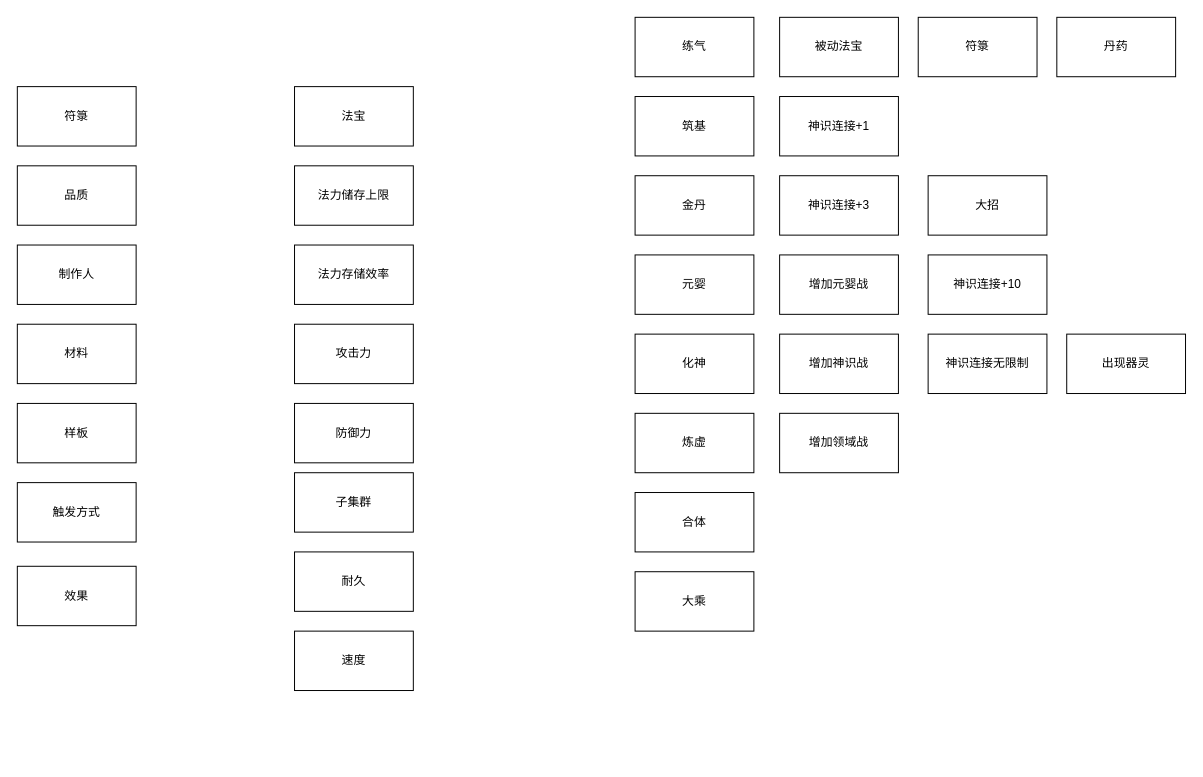
Before: page "第 5 页" (5 of 5) of 流程图/蟋蟀玩法分析.drawio in Karmel5950/NoteBook, a draw.io diagram. Source tidied: cells renumbered, new cells numbered last; positions are measured from the earlier drawing's top-left corner, leaving out a move shared by most shapes. Both pictures are drawn from the tidied source at 99%, with x=0, y=0 at pixel (17, 17).
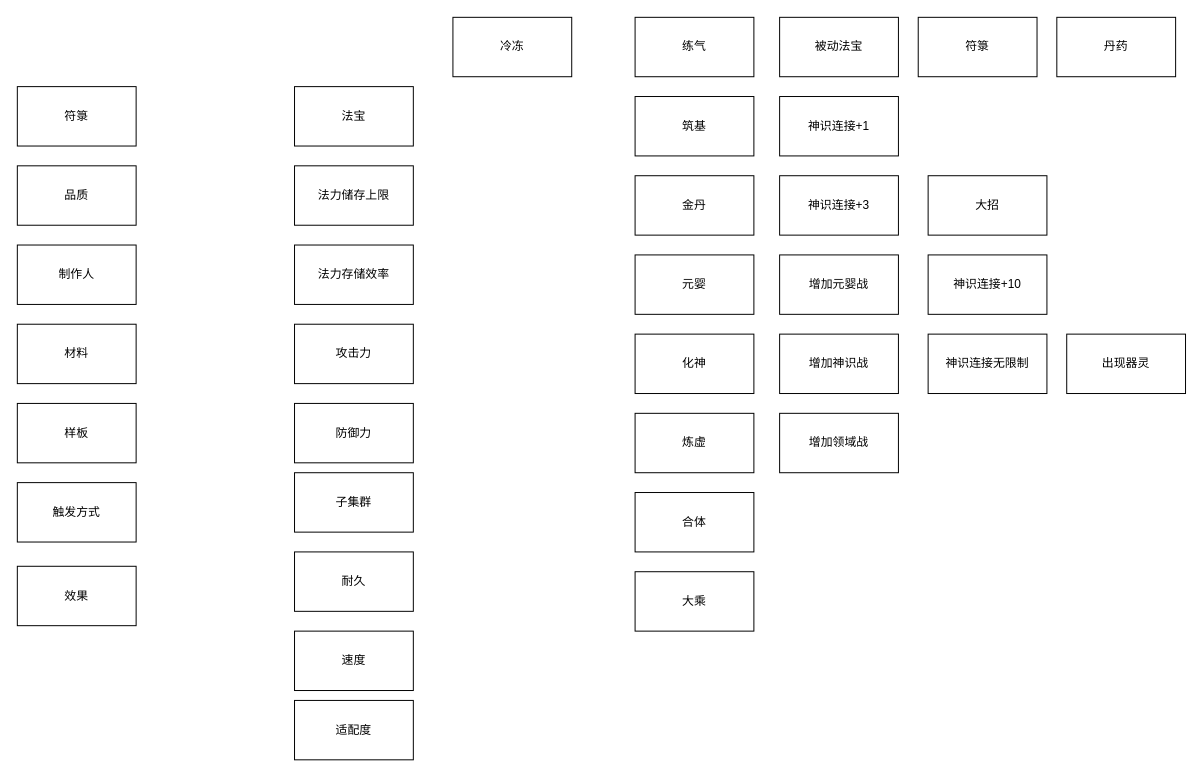
The same page after the edit.

Diff of the diagram source:
```diff
@@
+    <mxCell id="37" value="适配度" style="rounded=0;whiteSpace=wrap;html=1;" parent="1" vertex="1">
+      <mxGeometry x="280" y="690" width="120" height="60" as="geometry" />
+    </mxCell>
+    <mxCell id="38" value="冷冻" style="rounded=0;whiteSpace=wrap;html=1;" parent="1" vertex="1">
+      <mxGeometry x="440" width="120" height="60" as="geometry" />
+    </mxCell>
```
